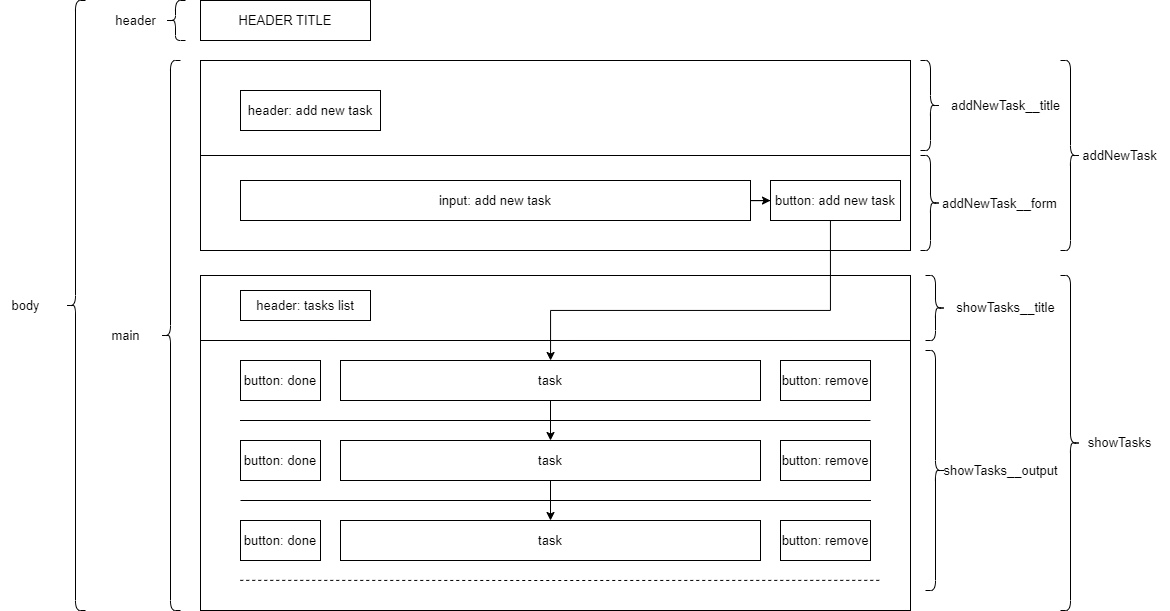
The draw.io diagram images/Diagram.png in przemek0000/Module-6, before a commit. Source tidied: cells renumbered, new cells last; positions are measured from the earlier drawing's top-left corner, leaving out a move shared by most shapes.
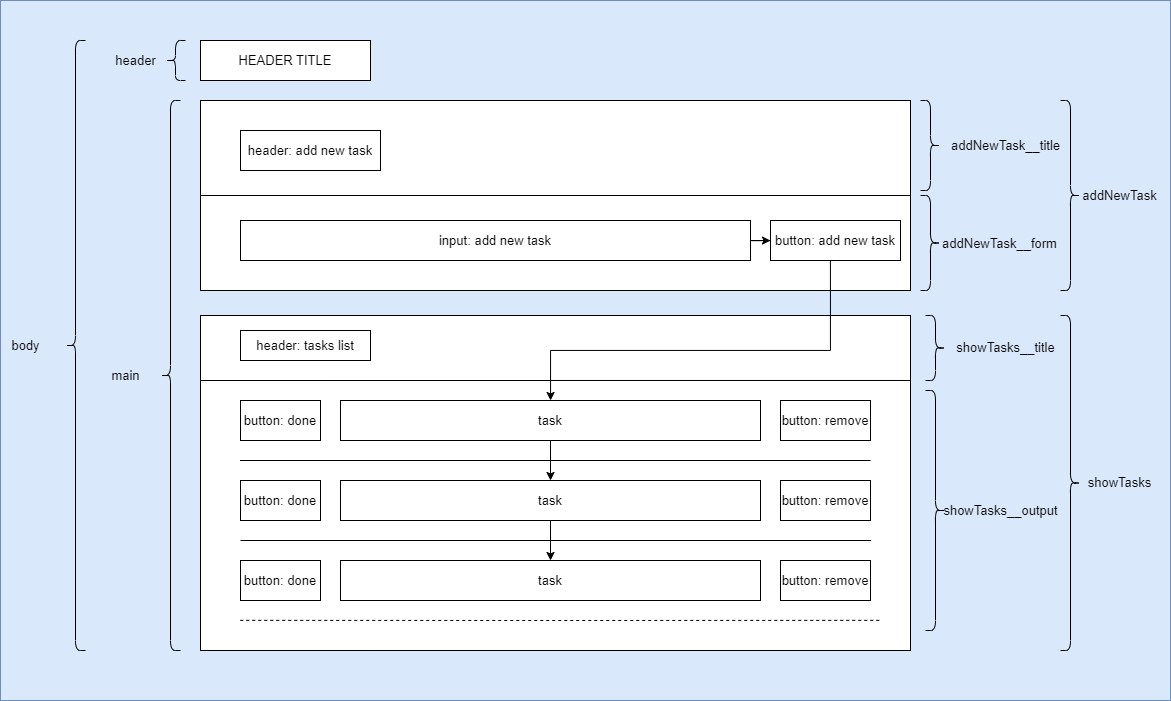
Above is the later version.

What changed in the source:
```diff
@@ -2,6 +2,9 @@
   <root>
     <mxCell id="0" />
     <mxCell id="1" parent="0" />
+    <mxCell id="45" style="rounded=0;whiteSpace=wrap;html=1;fontSize=13;fillColor=#dae8fc;strokeColor=#6c8ebf;" parent="1" vertex="1">
+      <mxGeometry y="-40" width="1170" height="700" as="geometry" />
+    </mxCell>
     <mxCell id="2" style="rounded=0;whiteSpace=wrap;html=1;fontSize=13;" parent="1" vertex="1">
       <mxGeometry x="200" y="275" width="710" height="335" as="geometry" />
     </mxCell>
```
